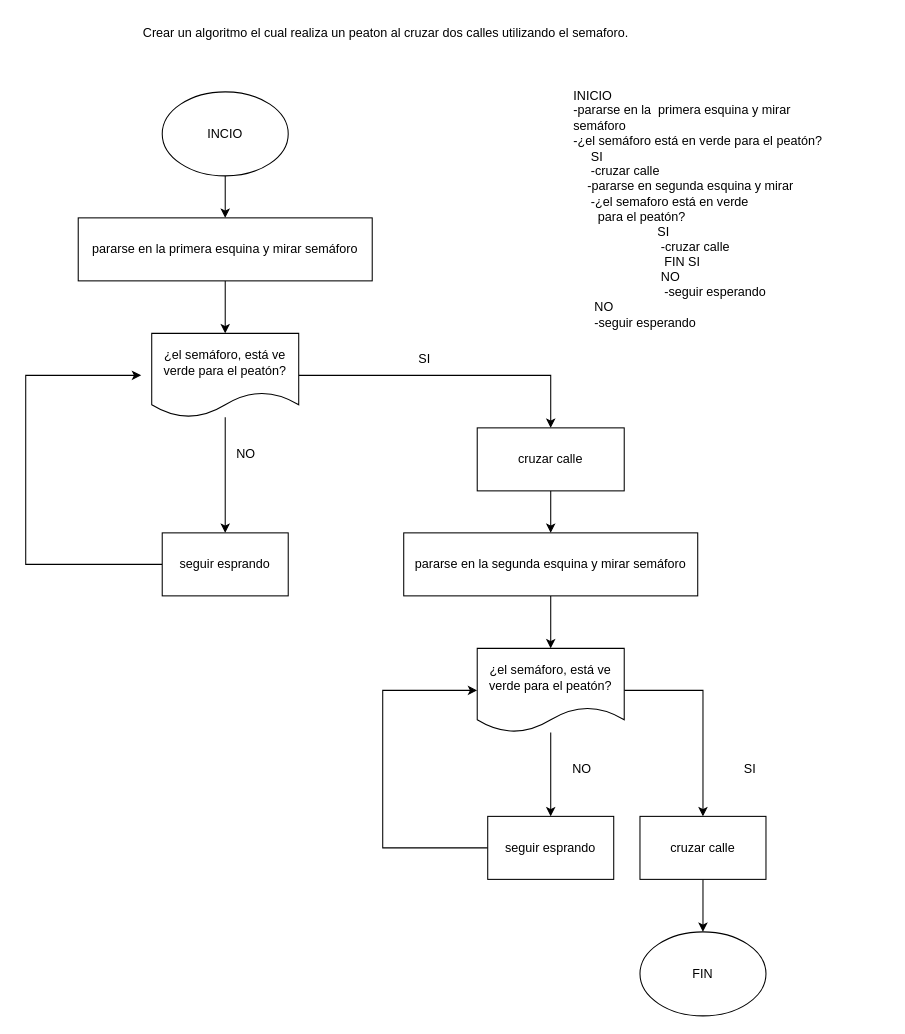
Above: EGEGIT-Valente/diagrama semaforo.drawio in ajjvalente/programacion1 (draw.io), before the change. Source tidied: cells renumbered, new cells numbered last; positions are measured from the earlier drawing's top-left corner, leaving out a move shared by most shapes. Both pictures are drawn from the tidied source at 105%, with x=0, y=0 at pixel (25, 18).
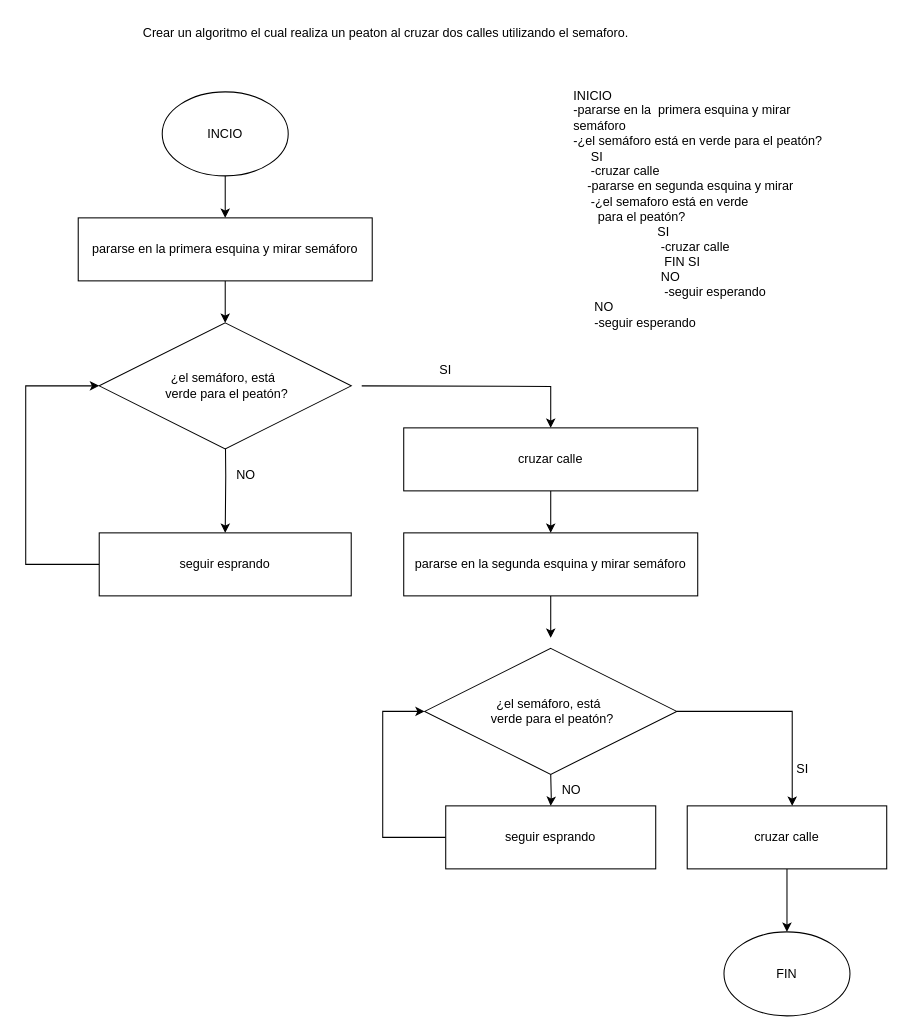
The same page after the edit.

The change refers to these unchanged cells:
```xml
<mxCell id="7" value="pararse en la primera esquina y mirar semáforo" style="whiteSpace=wrap;html=1;" parent="1" vertex="1">
  <mxGeometry x="50" y="190" width="280" height="60" as="geometry" />
</mxCell>
<mxCell id="14" value="pararse en la segunda esquina y mirar semáforo" style="whiteSpace=wrap;html=1;" parent="1" vertex="1">
  <mxGeometry x="360" y="490" width="280" height="60" as="geometry" />
</mxCell>
```

Change to the diagram source:
```diff
@@
-    <mxCell id="6" style="edgeStyle=orthogonalEdgeStyle;rounded=0;jettySize=auto;html=1;" parent="1" edge="1" source="7" target="10">
-      <mxGeometry relative="1" as="geometry" />
-    </mxCell>
+    <mxCell id="29" style="edgeStyle=orthogonalEdgeStyle;rounded=0;jettySize=auto;html=1;" parent="1" edge="1" source="7" target="30">
+      <mxGeometry relative="1" as="geometry" />
+    </mxCell>
@@
-    <mxCell id="8" style="edgeStyle=orthogonalEdgeStyle;rounded=0;jettySize=auto;html=1;" parent="1" edge="1" source="10" target="12">
-      <mxGeometry relative="1" as="geometry" />
+    <mxCell id="8" style="edgeStyle=orthogonalEdgeStyle;rounded=0;jettySize=auto;html=1;" parent="1" edge="1" target="12">
+      <mxGeometry relative="1" as="geometry">
+        <mxPoint x="320" y="350" as="sourcePoint" />
+      </mxGeometry>
     </mxCell>
-    <mxCell id="9" style="edgeStyle=orthogonalEdgeStyle;rounded=0;jettySize=auto;html=1;" parent="1" edge="1" source="10" target="17">
-      <mxGeometry relative="1" as="geometry" />
+    <mxCell id="9" style="edgeStyle=orthogonalEdgeStyle;rounded=0;jettySize=auto;html=1;" parent="1" edge="1" target="17">
+      <mxGeometry relative="1" as="geometry">
+        <mxPoint x="190" y="380" as="sourcePoint" />
+      </mxGeometry>
     </mxCell>
-    <mxCell id="10" value="¿el semáforo, está ve verde para el peatón?" style="shape=document;whiteSpace=wrap;html=1;boundedLbl=1;" parent="1" vertex="1">
-      <mxGeometry x="120" y="300" width="140" height="80" as="geometry" />
-    </mxCell>
@@
     <mxCell id="12" value="cruzar calle" style="whiteSpace=wrap;html=1;" parent="1" vertex="1">
-      <mxGeometry x="430" y="390" width="140" height="60" as="geometry" />
+      <mxGeometry x="360" y="390" width="280" height="60" as="geometry" />
     </mxCell>
-    <mxCell id="13" style="edgeStyle=orthogonalEdgeStyle;rounded=0;jettySize=auto;html=1;" parent="1" edge="1" source="14" target="21">
-      <mxGeometry relative="1" as="geometry" />
+    <mxCell id="13" style="edgeStyle=orthogonalEdgeStyle;rounded=0;jettySize=auto;html=1;" parent="1" edge="1" source="14">
+      <mxGeometry relative="1" as="geometry">
+        <mxPoint x="500" y="590" as="targetPoint" />
+      </mxGeometry>
     </mxCell>
@@
     <mxCell id="15" value="SI" style="text;html=1;strokeColor=none;fillColor=none;align=center;verticalAlign=middle;whiteSpace=wrap;rounded=0;" parent="1" vertex="1">
-      <mxGeometry x="350" y="310" width="60" height="30" as="geometry" />
+      <mxGeometry x="370" y="320" width="60" height="30" as="geometry" />
     </mxCell>
-    <mxCell id="16" style="edgeStyle=orthogonalEdgeStyle;rounded=0;jettySize=auto;html=1;exitX=0;exitY=0.5;exitDx=0;exitDy=0;" parent="1" edge="1" source="17">
+    <mxCell id="16" style="edgeStyle=orthogonalEdgeStyle;rounded=0;jettySize=auto;html=1;exitX=0;exitY=0.5;exitDx=0;exitDy=0;entryX=0;entryY=0.5;entryDx=0;entryDy=0;" parent="1" edge="1" source="17" target="30">
       <mxGeometry relative="1" as="geometry">
-        <mxPoint x="110" y="340" as="targetPoint" />
         <Array as="points">
           <mxPoint y="520" />
-          <mxPoint y="340" />
+          <mxPoint y="350" />
         </Array>
       </mxGeometry>
     </mxCell>
     <mxCell id="17" value="seguir esprando" style="whiteSpace=wrap;html=1;" parent="1" vertex="1">
-      <mxGeometry x="130" y="490" width="120" height="60" as="geometry" />
+      <mxGeometry x="70" y="490" width="240" height="60" as="geometry" />
     </mxCell>
     <mxCell id="18" value="NO" style="text;html=1;strokeColor=none;fillColor=none;align=center;verticalAlign=middle;whiteSpace=wrap;rounded=0;" parent="1" vertex="1">
-      <mxGeometry x="180" y="400" width="60" height="30" as="geometry" />
+      <mxGeometry x="180" y="420" width="60" height="30" as="geometry" />
     </mxCell>
-    <mxCell id="19" style="edgeStyle=orthogonalEdgeStyle;rounded=0;jettySize=auto;html=1;" parent="1" edge="1" source="21" target="23">
-      <mxGeometry relative="1" as="geometry" />
-    </mxCell>
-    <mxCell id="20" style="edgeStyle=orthogonalEdgeStyle;rounded=0;jettySize=auto;html=1;" parent="1" edge="1" source="21" target="28">
-      <mxGeometry relative="1" as="geometry" />
+    <mxCell id="20" style="edgeStyle=orthogonalEdgeStyle;rounded=0;jettySize=auto;html=1;" parent="1" edge="1" target="28">
+      <mxGeometry relative="1" as="geometry">
+        <mxPoint x="500" y="720" as="sourcePoint" />
+      </mxGeometry>
     </mxCell>
-    <mxCell id="21" value="¿el semáforo, está ve verde para el peatón?" style="shape=document;whiteSpace=wrap;html=1;boundedLbl=1;" parent="1" vertex="1">
-      <mxGeometry x="430" y="600" width="140" height="80" as="geometry" />
-    </mxCell>
@@
     <mxCell id="23" value="cruzar calle" style="whiteSpace=wrap;html=1;" parent="1" vertex="1">
-      <mxGeometry x="585" y="760" width="120" height="60" as="geometry" />
+      <mxGeometry x="630" y="750" width="190" height="60" as="geometry" />
     </mxCell>
     <mxCell id="24" value="SI" style="text;html=1;strokeColor=none;fillColor=none;align=center;verticalAlign=middle;whiteSpace=wrap;rounded=0;" parent="1" vertex="1">
-      <mxGeometry x="660" y="700" width="60" height="30" as="geometry" />
+      <mxGeometry x="710" y="700" width="60" height="30" as="geometry" />
     </mxCell>
     <mxCell id="25" value="FIN" style="ellipse;whiteSpace=wrap;html=1;" parent="1" vertex="1">
-      <mxGeometry x="585" y="870" width="120" height="80" as="geometry" />
+      <mxGeometry x="665" y="870" width="120" height="80" as="geometry" />
     </mxCell>
     <mxCell id="26" value="NO" style="text;html=1;strokeColor=none;fillColor=none;align=center;verticalAlign=middle;whiteSpace=wrap;rounded=0;" parent="1" vertex="1">
-      <mxGeometry x="500" y="700" width="60" height="30" as="geometry" />
+      <mxGeometry x="490" y="720" width="60" height="30" as="geometry" />
     </mxCell>
-    <mxCell id="27" style="edgeStyle=orthogonalEdgeStyle;rounded=0;jettySize=auto;html=1;entryX=0;entryY=0.5;entryDx=0;entryDy=0;" parent="1" edge="1" source="28" target="21">
+    <mxCell id="27" style="edgeStyle=orthogonalEdgeStyle;rounded=0;jettySize=auto;html=1;entryX=0;entryY=0.5;entryDx=0;entryDy=0;entryPerimeter=0;" parent="1" edge="1" source="28" target="32">
       <mxGeometry relative="1" as="geometry">
         <Array as="points">
-          <mxPoint x="340" y="790" />
-          <mxPoint x="340" y="640" />
+          <mxPoint x="340" y="780" />
+          <mxPoint x="340" y="660" />
         </Array>
       </mxGeometry>
     </mxCell>
     <mxCell id="28" value="seguir esprando" style="whiteSpace=wrap;html=1;" parent="1" vertex="1">
-      <mxGeometry x="440" y="760" width="120" height="60" as="geometry" />
+      <mxGeometry x="400" y="750" width="200" height="60" as="geometry" />
     </mxCell>
+    <mxCell id="30" value="¿el semáforo, está&amp;nbsp;&lt;br&gt;&amp;nbsp;verde para el peatón?" style="rhombus;whiteSpace=wrap;html=1;" parent="1" vertex="1">
+      <mxGeometry x="70" y="290" width="240" height="120" as="geometry" />
+    </mxCell>
+    <mxCell id="31" style="edgeStyle=orthogonalEdgeStyle;rounded=0;jettySize=auto;html=1;" parent="1" edge="1" source="32">
+      <mxGeometry relative="1" as="geometry">
+        <mxPoint x="730" y="750" as="targetPoint" />
+        <Array as="points">
+          <mxPoint x="730" y="660" />
+        </Array>
+      </mxGeometry>
+    </mxCell>
+    <mxCell id="32" value="¿el semáforo, está&amp;nbsp;&lt;br&gt;&amp;nbsp;verde para el peatón?" style="rhombus;whiteSpace=wrap;html=1;" parent="1" vertex="1">
+      <mxGeometry x="380" y="600" width="240" height="120" as="geometry" />
+    </mxCell>
```
